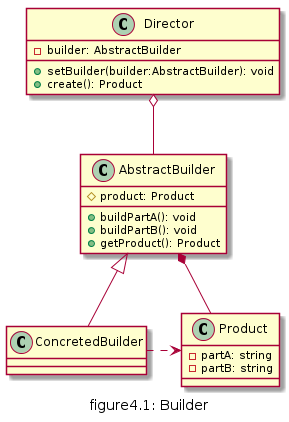
The PlantUML diagram doc/img/figure4.1_builder.png in daileyet/designpattern4cplusplus, before a commit.
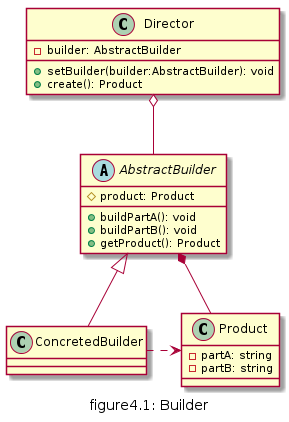
The same diagram one commit later.

The edit, as a diff of the source:
```diff
@@ -1,4 +1,4 @@
-@startuml
+@startuml "figure4.1_builder"
 caption figure4.1: Builder
 
 class Product{
@@ -6,7 +6,7 @@
     - partB: string
 }
 
-class AbstractBuilder{
+abstract class AbstractBuilder{
     # product: Product
     + buildPartA(): void
     + buildPartB(): void
```
